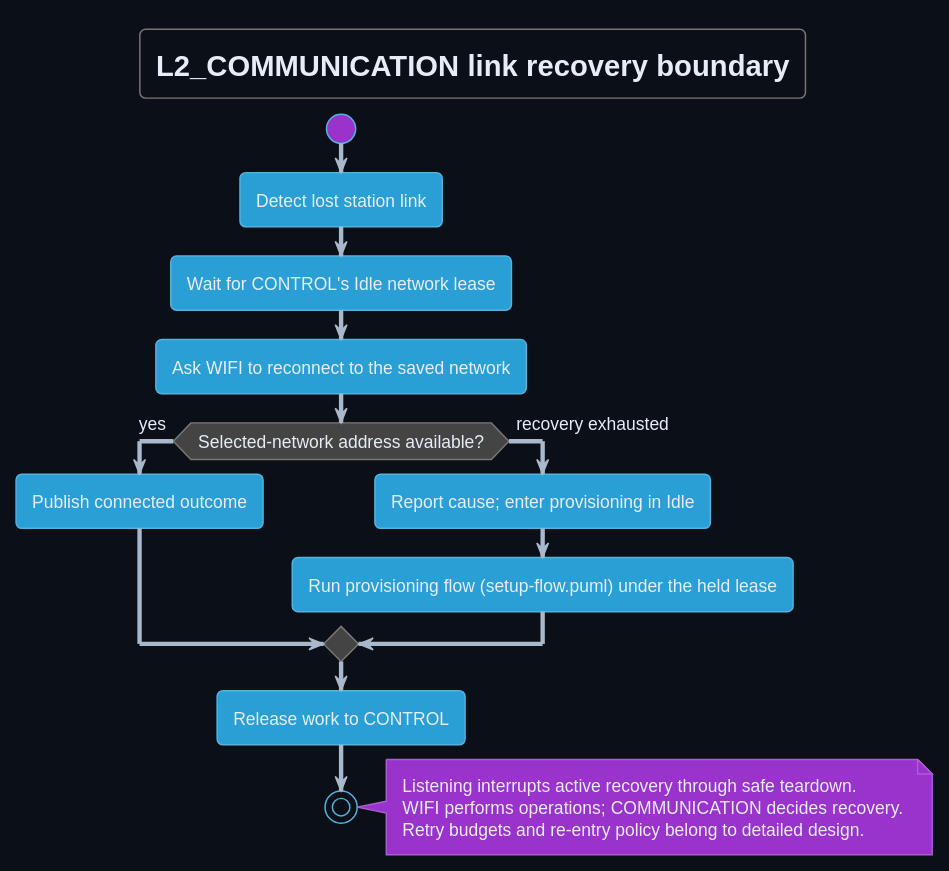
Before: Development/system/architecture/COMMUNICATION/rendered/link_recovery.svg, a diagram exported from PlantUML (DemonicPsychoII/DigitalStethoscope). Its diagram source:
```plantuml
@startuml
!theme cyborg
skinparam shadowing false
skinparam defaultFontName SansSerif
skinparam backgroundColor #0b1018
skinparam defaultFontColor #e6edf7
skinparam ArrowColor #a9b8ca
title L2_COMMUNICATION link recovery boundary
start
:Detect lost station link;
:Wait for CONTROL's Idle network lease;
:Ask WIFI to reconnect to the saved network;
if (Selected-network address available?) then (yes)
 :Publish connected outcome;
else (recovery exhausted)
 :Report cause; enter provisioning in Idle;
 :Run provisioning flow (setup-flow.puml) under the held lease;
endif
:Release work to CONTROL;
stop
note right
 Listening interrupts active recovery through safe teardown.
 WIFI performs operations; COMMUNICATION decides recovery.
 Retry budgets and re-entry policy belong to detailed design.
end note
@enduml
```
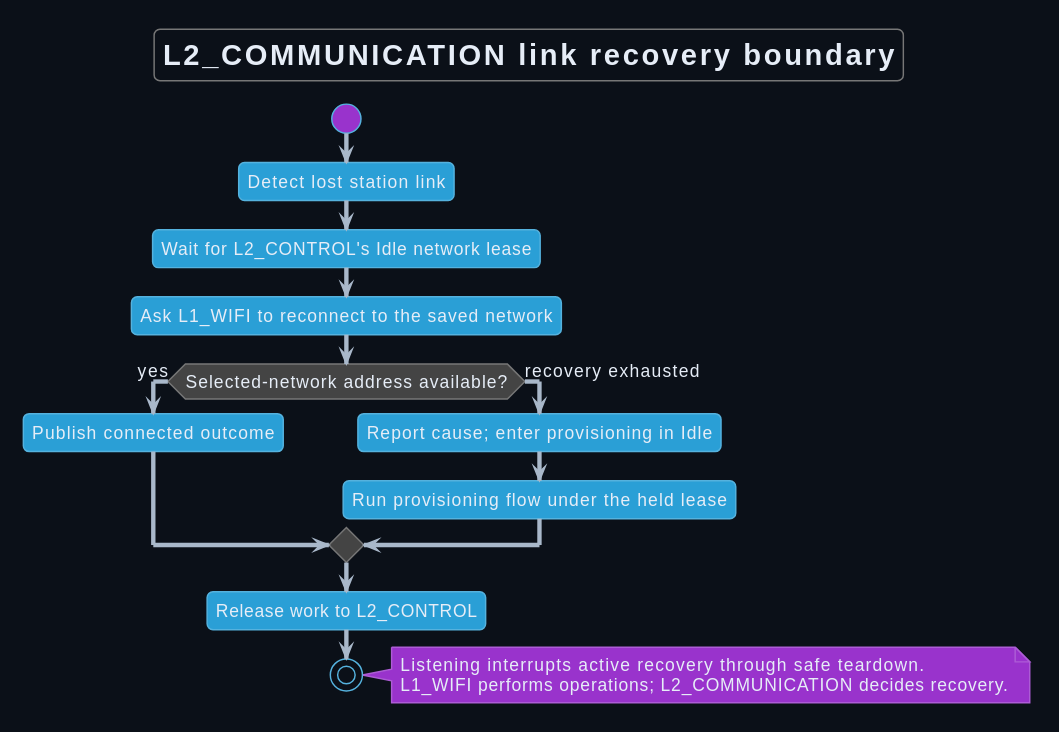
Above is the later version.

Change to the diagram source:
```diff
@@ -8,19 +8,18 @@
 title L2_COMMUNICATION link recovery boundary
 start
 :Detect lost station link;
-:Wait for CONTROL's Idle network lease;
-:Ask WIFI to reconnect to the saved network;
+:Wait for L2_CONTROL's Idle network lease;
+:Ask L1_WIFI to reconnect to the saved network;
 if (Selected-network address available?) then (yes)
  :Publish connected outcome;
 else (recovery exhausted)
  :Report cause; enter provisioning in Idle;
- :Run provisioning flow (setup-flow.puml) under the held lease;
+ :Run provisioning flow under the held lease;
 endif
-:Release work to CONTROL;
+:Release work to L2_CONTROL;
 stop
 note right
  Listening interrupts active recovery through safe teardown.
- WIFI performs operations; COMMUNICATION decides recovery.
- Retry budgets and re-entry policy belong to detailed design.
+ L1_WIFI performs operations; L2_COMMUNICATION decides recovery.
 end note
 @enduml
```
